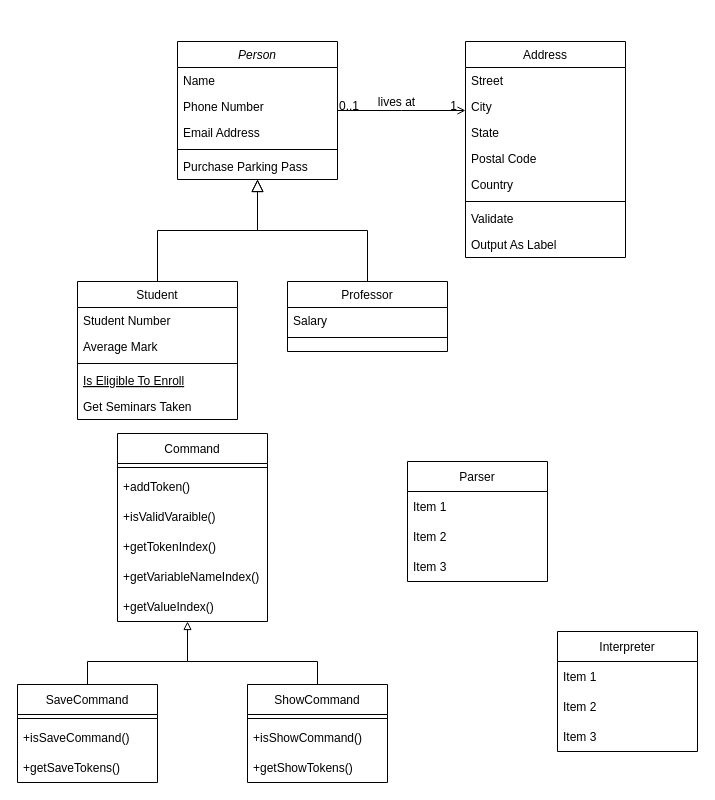
heshanWick/internship-4.0 keeps this draw.io diagram as ex02-simpleScript/simple-script-class-diagram.drawio. Above is the earlier version. Source tidied: cells renumbered, new cells numbered last; positions are measured from the earlier drawing's top-left corner, leaving out a move shared by most shapes. Both pictures are drawn from the tidied source at 100%, with x=0, y=0 at pixel (17, 41).
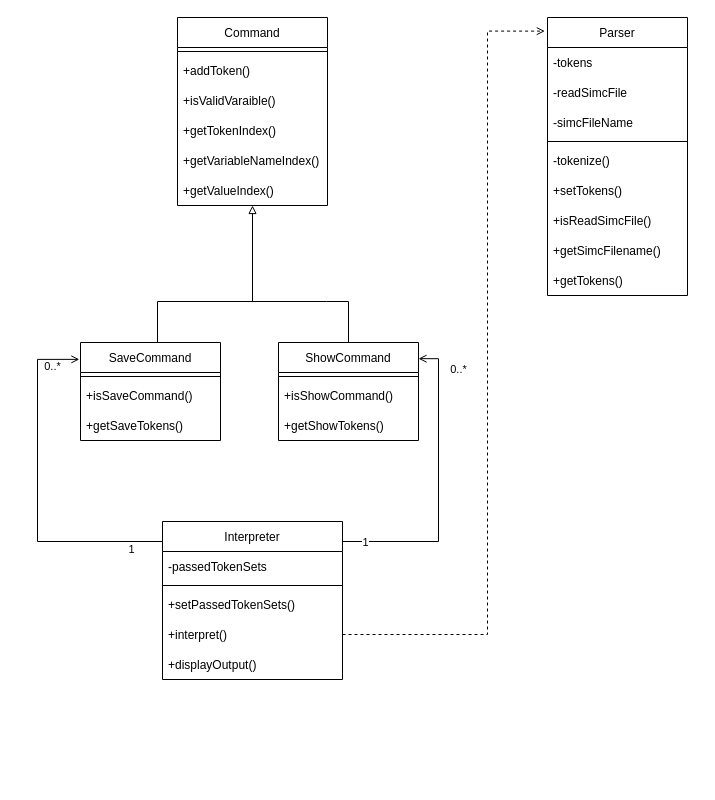
The same page after the edit.

The change refers to these unchanged cells:
```xml
<mxCell id="38" value="+getValueIndex()" style="text;strokeColor=none;fillColor=none;align=left;verticalAlign=middle;spacingLeft=4;spacingRight=4;overflow=hidden;points=[[0,0.5],[1,0.5]];portConstraint=eastwest;" parent="32" vertex="1">
  <mxGeometry y="158" width="150" height="30" as="geometry" />
</mxCell>
```

Diff of the diagram source:
```diff
@@
-    <mxCell id="2" value="Person" style="swimlane;fontStyle=2;align=center;verticalAlign=top;horizontal=1;startSize=26;rounded=0;shadow=0;strokeWidth=1;" parent="1" vertex="1">
-      <mxGeometry x="160" width="160" height="138" as="geometry" />
-    </mxCell>
-    <mxCell id="3" value="Name" style="text;align=left;verticalAlign=top;spacingLeft=4;spacingRight=4;overflow=hidden;" parent="2" vertex="1">
-      <mxGeometry y="26" width="160" height="26" as="geometry" />
-    </mxCell>
-    <mxCell id="4" value="Phone Number" style="text;align=left;verticalAlign=top;spacingLeft=4;spacingRight=4;overflow=hidden;rounded=0;shadow=0;html=0;" parent="2" vertex="1">
-      <mxGeometry y="52" width="160" height="26" as="geometry" />
-    </mxCell>
-    <mxCell id="5" value="Email Address" style="text;align=left;verticalAlign=top;spacingLeft=4;spacingRight=4;overflow=hidden;rounded=0;shadow=0;html=0;" parent="2" vertex="1">
-      <mxGeometry y="78" width="160" height="26" as="geometry" />
-    </mxCell>
-    <mxCell id="6" style="line;html=1;strokeWidth=1;align=left;verticalAlign=middle;spacingTop=-1;spacingLeft=3;spacingRight=3;labelPosition=right;" parent="2" vertex="1">
-      <mxGeometry y="104" width="160" height="8" as="geometry" />
-    </mxCell>
-    <mxCell id="7" value="Purchase Parking Pass" style="text;align=left;verticalAlign=top;spacingLeft=4;spacingRight=4;overflow=hidden;" parent="2" vertex="1">
-      <mxGeometry y="112" width="160" height="26" as="geometry" />
-    </mxCell>
-    <mxCell id="8" value="Student" style="swimlane;fontStyle=0;align=center;verticalAlign=top;horizontal=1;startSize=26;rounded=0;shadow=0;strokeWidth=1;" parent="1" vertex="1">
-      <mxGeometry x="60" y="240" width="160" height="138" as="geometry" />
-    </mxCell>
-    <mxCell id="9" value="Student Number" style="text;align=left;verticalAlign=top;spacingLeft=4;spacingRight=4;overflow=hidden;" parent="8" vertex="1">
-      <mxGeometry y="26" width="160" height="26" as="geometry" />
-    </mxCell>
-    <mxCell id="10" value="Average Mark" style="text;align=left;verticalAlign=top;spacingLeft=4;spacingRight=4;overflow=hidden;rounded=0;shadow=0;html=0;" parent="8" vertex="1">
-      <mxGeometry y="52" width="160" height="26" as="geometry" />
-    </mxCell>
-    <mxCell id="11" style="line;html=1;strokeWidth=1;align=left;verticalAlign=middle;spacingTop=-1;spacingLeft=3;spacingRight=3;labelPosition=right;" parent="8" vertex="1">
-      <mxGeometry y="78" width="160" height="8" as="geometry" />
-    </mxCell>
-    <mxCell id="12" value="Is Eligible To Enroll" style="text;align=left;verticalAlign=top;spacingLeft=4;spacingRight=4;overflow=hidden;fontStyle=4;" parent="8" vertex="1">
-      <mxGeometry y="86" width="160" height="26" as="geometry" />
-    </mxCell>
-    <mxCell id="13" value="Get Seminars Taken" style="text;align=left;verticalAlign=top;spacingLeft=4;spacingRight=4;overflow=hidden;" parent="8" vertex="1">
-      <mxGeometry y="112" width="160" height="26" as="geometry" />
-    </mxCell>
-    <mxCell id="14" style="endArrow=block;endSize=10;endFill=0;shadow=0;strokeWidth=1;rounded=0;edgeStyle=elbowEdgeStyle;elbow=vertical;" parent="1" edge="1" source="8" target="2">
-      <mxGeometry relative="1" as="geometry" />
-    </mxCell>
-    <mxCell id="15" value="Professor" style="swimlane;fontStyle=0;align=center;verticalAlign=top;horizontal=1;startSize=26;rounded=0;shadow=0;strokeWidth=1;" parent="1" vertex="1">
-      <mxGeometry x="270" y="240" width="160" height="70" as="geometry" />
-    </mxCell>
-    <mxCell id="16" value="Salary" style="text;align=left;verticalAlign=top;spacingLeft=4;spacingRight=4;overflow=hidden;" parent="15" vertex="1">
-      <mxGeometry y="26" width="160" height="26" as="geometry" />
-    </mxCell>
-    <mxCell id="17" style="line;html=1;strokeWidth=1;align=left;verticalAlign=middle;spacingTop=-1;spacingLeft=3;spacingRight=3;labelPosition=right;" parent="15" vertex="1">
-      <mxGeometry y="52" width="160" height="8" as="geometry" />
-    </mxCell>
-    <mxCell id="18" style="endArrow=block;endSize=10;endFill=0;shadow=0;strokeWidth=1;rounded=0;edgeStyle=elbowEdgeStyle;elbow=vertical;" parent="1" edge="1" source="15" target="2">
-      <mxGeometry relative="1" as="geometry" />
-    </mxCell>
-    <mxCell id="19" value="Address" style="swimlane;fontStyle=0;align=center;verticalAlign=top;horizontal=1;startSize=26;rounded=0;shadow=0;strokeWidth=1;" parent="1" vertex="1">
-      <mxGeometry x="448" width="160" height="216" as="geometry" />
-    </mxCell>
-    <mxCell id="20" value="Street" style="text;align=left;verticalAlign=top;spacingLeft=4;spacingRight=4;overflow=hidden;" parent="19" vertex="1">
-      <mxGeometry y="26" width="160" height="26" as="geometry" />
-    </mxCell>
-    <mxCell id="21" value="City" style="text;align=left;verticalAlign=top;spacingLeft=4;spacingRight=4;overflow=hidden;rounded=0;shadow=0;html=0;" parent="19" vertex="1">
-      <mxGeometry y="52" width="160" height="26" as="geometry" />
-    </mxCell>
-    <mxCell id="22" value="State" style="text;align=left;verticalAlign=top;spacingLeft=4;spacingRight=4;overflow=hidden;rounded=0;shadow=0;html=0;" parent="19" vertex="1">
-      <mxGeometry y="78" width="160" height="26" as="geometry" />
-    </mxCell>
-    <mxCell id="23" value="Postal Code" style="text;align=left;verticalAlign=top;spacingLeft=4;spacingRight=4;overflow=hidden;rounded=0;shadow=0;html=0;" parent="19" vertex="1">
-      <mxGeometry y="104" width="160" height="26" as="geometry" />
-    </mxCell>
-    <mxCell id="24" value="Country" style="text;align=left;verticalAlign=top;spacingLeft=4;spacingRight=4;overflow=hidden;rounded=0;shadow=0;html=0;" parent="19" vertex="1">
-      <mxGeometry y="130" width="160" height="26" as="geometry" />
-    </mxCell>
-    <mxCell id="25" style="line;html=1;strokeWidth=1;align=left;verticalAlign=middle;spacingTop=-1;spacingLeft=3;spacingRight=3;labelPosition=right;" parent="19" vertex="1">
-      <mxGeometry y="156" width="160" height="8" as="geometry" />
-    </mxCell>
-    <mxCell id="26" value="Validate" style="text;align=left;verticalAlign=top;spacingLeft=4;spacingRight=4;overflow=hidden;" parent="19" vertex="1">
-      <mxGeometry y="164" width="160" height="26" as="geometry" />
-    </mxCell>
-    <mxCell id="27" value="Output As Label" style="text;align=left;verticalAlign=top;spacingLeft=4;spacingRight=4;overflow=hidden;" parent="19" vertex="1">
-      <mxGeometry y="190" width="160" height="26" as="geometry" />
-    </mxCell>
-    <mxCell id="28" style="endArrow=open;shadow=0;strokeWidth=1;rounded=0;endFill=1;edgeStyle=elbowEdgeStyle;elbow=vertical;" parent="1" edge="1" source="2" target="19">
-      <mxGeometry x="0.5" y="41" relative="1" as="geometry">
-        <mxPoint x="-40" y="32" as="offset" />
-      </mxGeometry>
-    </mxCell>
-    <mxCell id="29" value="0..1" style="align=left;verticalAlign=bottom;labelBackgroundColor=none;fontSize=12;" parent="28" vertex="1">
-      <mxGeometry x="-1" relative="1" as="geometry">
-        <mxPoint y="4" as="offset" />
-      </mxGeometry>
-    </mxCell>
-    <mxCell id="30" value="1" style="align=right;verticalAlign=bottom;labelBackgroundColor=none;fontSize=12;" parent="28" vertex="1">
-      <mxGeometry x="1" relative="1" as="geometry">
-        <mxPoint x="-7" y="4" as="offset" />
-      </mxGeometry>
-    </mxCell>
-    <mxCell id="31" value="lives at" style="text;html=1;align=center;verticalAlign=middle;labelBackgroundColor=none;rounded=0;shadow=0;strokeWidth=1;fontSize=12;" parent="28" vertex="1">
-      <mxGeometry x="0.5" y="49" relative="1" as="geometry">
-        <mxPoint x="-38" y="40" as="offset" />
-      </mxGeometry>
-    </mxCell>
     <mxCell id="32" value="Command" style="swimlane;fontStyle=0;horizontal=1;startSize=30;" parent="1" vertex="1">
-      <mxGeometry x="100" y="392" width="150" height="188" as="geometry" />
+      <mxGeometry x="160" y="-24" width="150" height="188" as="geometry" />
     </mxCell>
@@
-    <mxCell id="39" style="edgeStyle=orthogonalEdgeStyle;rounded=0;jettySize=auto;html=1;endArrow=block;endFill=0;" parent="1" edge="1" source="40">
+    <mxCell id="39" style="edgeStyle=orthogonalEdgeStyle;rounded=0;jettySize=auto;html=1;endArrow=block;endFill=0;" parent="1" edge="1" source="40" target="38">
       <mxGeometry relative="1" as="geometry">
-        <mxPoint x="170" y="580" as="targetPoint" />
         <Array as="points">
-          <mxPoint x="70" y="620" />
-          <mxPoint x="170" y="620" />
+          <mxPoint x="140" y="260" />
+          <mxPoint x="235" y="260" />
         </Array>
       </mxGeometry>
     </mxCell>
     <mxCell id="40" value="SaveCommand" style="swimlane;fontStyle=0;horizontal=1;startSize=30;" parent="1" vertex="1">
-      <mxGeometry y="643" width="140" height="98" as="geometry" />
+      <mxGeometry x="63" y="301" width="140" height="98" as="geometry" />
     </mxCell>
@@
     <mxCell id="44" style="edgeStyle=orthogonalEdgeStyle;rounded=0;jettySize=auto;html=1;exitX=0.5;exitY=0;exitDx=0;exitDy=0;endArrow=none;endFill=0;" parent="1" edge="1" source="45">
       <mxGeometry relative="1" as="geometry">
-        <mxPoint x="170" y="620" as="targetPoint" />
+        <mxPoint x="230" y="260" as="targetPoint" />
         <Array as="points">
-          <mxPoint x="300" y="620" />
-          <mxPoint x="170" y="620" />
+          <mxPoint x="309" y="260" />
+          <mxPoint x="179" y="260" />
         </Array>
       </mxGeometry>
     </mxCell>
     <mxCell id="45" value="ShowCommand" style="swimlane;fontStyle=0;horizontal=1;startSize=30;" parent="1" vertex="1">
-      <mxGeometry x="230" y="643" width="140" height="98" as="geometry" />
+      <mxGeometry x="261" y="301" width="140" height="98" as="geometry" />
     </mxCell>
@@
     <mxCell id="49" value="Parser" style="swimlane;fontStyle=0;horizontal=1;startSize=30;" parent="1" vertex="1">
-      <mxGeometry x="390" y="420" width="140" height="120" as="geometry" />
+      <mxGeometry x="530" y="-24" width="140" height="278" as="geometry" />
     </mxCell>
-    <mxCell id="50" value="Item 1" style="text;strokeColor=none;fillColor=none;align=left;verticalAlign=middle;spacingLeft=4;spacingRight=4;overflow=hidden;" parent="49" vertex="1">
+    <mxCell id="50" value="-tokens" style="text;strokeColor=none;fillColor=none;align=left;verticalAlign=middle;spacingLeft=4;spacingRight=4;overflow=hidden;" parent="49" vertex="1">
       <mxGeometry y="30" width="140" height="30" as="geometry" />
     </mxCell>
-    <mxCell id="51" value="Item 2" style="text;strokeColor=none;fillColor=none;align=left;verticalAlign=middle;spacingLeft=4;spacingRight=4;overflow=hidden;" parent="49" vertex="1">
+    <mxCell id="51" value="-readSimcFile" style="text;strokeColor=none;fillColor=none;align=left;verticalAlign=middle;spacingLeft=4;spacingRight=4;overflow=hidden;" parent="49" vertex="1">
       <mxGeometry y="60" width="140" height="30" as="geometry" />
     </mxCell>
-    <mxCell id="52" value="Item 3" style="text;strokeColor=none;fillColor=none;align=left;verticalAlign=middle;spacingLeft=4;spacingRight=4;overflow=hidden;" parent="49" vertex="1">
+    <mxCell id="52" value="-simcFileName" style="text;strokeColor=none;fillColor=none;align=left;verticalAlign=middle;spacingLeft=4;spacingRight=4;overflow=hidden;" parent="49" vertex="1">
       <mxGeometry y="90" width="140" height="30" as="geometry" />
     </mxCell>
+    <mxCell id="17" style="line;html=1;strokeWidth=1;align=left;verticalAlign=middle;spacingTop=-1;spacingLeft=3;spacingRight=3;labelPosition=right;" parent="49" vertex="1">
+      <mxGeometry y="120" width="140" height="8" as="geometry" />
+    </mxCell>
+    <mxCell id="57" value="-tokenize()" style="text;strokeColor=none;fillColor=none;align=left;verticalAlign=middle;spacingLeft=4;spacingRight=4;overflow=hidden;" parent="49" vertex="1">
+      <mxGeometry y="128" width="140" height="30" as="geometry" />
+    </mxCell>
+    <mxCell id="58" value="+setTokens()" style="text;strokeColor=none;fillColor=none;align=left;verticalAlign=middle;spacingLeft=4;spacingRight=4;overflow=hidden;" parent="49" vertex="1">
+      <mxGeometry y="158" width="140" height="30" as="geometry" />
+    </mxCell>
+    <mxCell id="59" value="+isReadSimcFile()" style="text;strokeColor=none;fillColor=none;align=left;verticalAlign=middle;spacingLeft=4;spacingRight=4;overflow=hidden;" parent="49" vertex="1">
+      <mxGeometry y="188" width="140" height="30" as="geometry" />
+    </mxCell>
+    <mxCell id="60" value="+getSimcFilename()" style="text;strokeColor=none;fillColor=none;align=left;verticalAlign=middle;spacingLeft=4;spacingRight=4;overflow=hidden;" parent="49" vertex="1">
+      <mxGeometry y="218" width="140" height="30" as="geometry" />
+    </mxCell>
+    <mxCell id="61" value="+getTokens()" style="text;strokeColor=none;fillColor=none;align=left;verticalAlign=middle;spacingLeft=4;spacingRight=4;overflow=hidden;" parent="49" vertex="1">
+      <mxGeometry y="248" width="140" height="30" as="geometry" />
+    </mxCell>
     <mxCell id="53" value="Interpreter" style="swimlane;fontStyle=0;horizontal=1;startSize=30;" parent="1" vertex="1">
-      <mxGeometry x="540" y="590" width="140" height="120" as="geometry" />
+      <mxGeometry x="145" y="480" width="180" height="158" as="geometry" />
     </mxCell>
-    <mxCell id="54" value="Item 1" style="text;strokeColor=none;fillColor=none;align=left;verticalAlign=middle;spacingLeft=4;spacingRight=4;overflow=hidden;" parent="53" vertex="1">
-      <mxGeometry y="30" width="140" height="30" as="geometry" />
+    <mxCell id="54" value="-passedTokenSets" style="text;strokeColor=none;fillColor=none;align=left;verticalAlign=middle;spacingLeft=4;spacingRight=4;overflow=hidden;" parent="53" vertex="1">
+      <mxGeometry y="30" width="180" height="30" as="geometry" />
     </mxCell>
+    <mxCell id="62" style="line;html=1;strokeWidth=1;align=left;verticalAlign=middle;spacingTop=-1;spacingLeft=3;spacingRight=3;labelPosition=right;" parent="53" vertex="1">
+      <mxGeometry y="60" width="180" height="8" as="geometry" />
+    </mxCell>
-    <mxCell id="55" value="Item 2" style="text;strokeColor=none;fillColor=none;align=left;verticalAlign=middle;spacingLeft=4;spacingRight=4;overflow=hidden;" parent="53" vertex="1">
-      <mxGeometry y="60" width="140" height="30" as="geometry" />
+    <mxCell id="55" value="+setPassedTokenSets()" style="text;strokeColor=none;fillColor=none;align=left;verticalAlign=middle;spacingLeft=4;spacingRight=4;overflow=hidden;" parent="53" vertex="1">
+      <mxGeometry y="68" width="180" height="30" as="geometry" />
     </mxCell>
-    <mxCell id="56" value="Item 3" style="text;strokeColor=none;fillColor=none;align=left;verticalAlign=middle;spacingLeft=4;spacingRight=4;overflow=hidden;points=[[0,0.5],[1,0.5]];portConstraint=eastwest;" parent="53" vertex="1">
-      <mxGeometry y="90" width="140" height="30" as="geometry" />
+    <mxCell id="56" value="+interpret()" style="text;strokeColor=none;fillColor=none;align=left;verticalAlign=middle;spacingLeft=4;spacingRight=4;overflow=hidden;points=[[0,0.5],[1,0.5]];portConstraint=eastwest;" parent="53" vertex="1">
+      <mxGeometry y="98" width="180" height="30" as="geometry" />
     </mxCell>
+    <mxCell id="63" value="+displayOutput()" style="text;strokeColor=none;fillColor=none;align=left;verticalAlign=middle;spacingLeft=4;spacingRight=4;overflow=hidden;" parent="53" vertex="1">
+      <mxGeometry y="128" width="180" height="30" as="geometry" />
+    </mxCell>
+    <mxCell id="64" style="edgeStyle=orthogonalEdgeStyle;rounded=0;jettySize=auto;html=1;entryX=-0.008;entryY=0.172;entryDx=0;entryDy=0;entryPerimeter=0;endArrow=open;endFill=0;" parent="1" edge="1" source="53" target="40">
+      <mxGeometry relative="1" as="geometry">
+        <Array as="points">
+          <mxPoint x="20" y="500" />
+          <mxPoint x="20" y="318" />
+        </Array>
+      </mxGeometry>
+    </mxCell>
+    <mxCell id="65" value="0..*" style="edgeLabel;html=1;align=center;verticalAlign=middle;" parent="64" vertex="1">
+      <mxGeometry x="0.64" relative="1" as="geometry">
+        <mxPoint x="14" y="-15" as="offset" />
+      </mxGeometry>
+    </mxCell>
+    <mxCell id="66" value="1" style="edgeLabel;html=1;align=center;verticalAlign=middle;" parent="64" vertex="1">
+      <mxGeometry x="-0.79" relative="1" as="geometry">
+        <mxPoint x="5" y="7" as="offset" />
+      </mxGeometry>
+    </mxCell>
+    <mxCell id="67" style="edgeStyle=orthogonalEdgeStyle;rounded=0;jettySize=auto;html=1;entryX=1;entryY=0.165;entryDx=0;entryDy=0;entryPerimeter=0;endArrow=open;endFill=0;" parent="1" edge="1" target="45">
+      <mxGeometry relative="1" as="geometry">
+        <mxPoint x="325" y="500" as="sourcePoint" />
+        <Array as="points">
+          <mxPoint x="325" y="500" />
+          <mxPoint x="421" y="500" />
+          <mxPoint x="421" y="317" />
+        </Array>
+      </mxGeometry>
+    </mxCell>
+    <mxCell id="68" value="1" style="edgeLabel;html=1;align=center;verticalAlign=middle;" parent="67" vertex="1">
+      <mxGeometry x="-0.85" relative="1" as="geometry" />
+    </mxCell>
+    <mxCell id="69" value="0..*" style="edgeLabel;html=1;align=center;verticalAlign=middle;" parent="67" vertex="1">
+      <mxGeometry x="0.8" y="1" relative="1" as="geometry">
+        <mxPoint x="20" as="offset" />
+      </mxGeometry>
+    </mxCell>
+    <mxCell id="70" style="edgeStyle=orthogonalEdgeStyle;rounded=0;jettySize=auto;html=1;entryX=-0.019;entryY=0.049;entryDx=0;entryDy=0;dashed=1;endArrow=open;endFill=0;entryPerimeter=0;" parent="1" edge="1" source="56" target="49">
+      <mxGeometry relative="1" as="geometry">
+        <Array as="points">
+          <mxPoint x="470" y="593" />
+          <mxPoint x="470" y="-10" />
+          <mxPoint x="527" y="-10" />
+        </Array>
+      </mxGeometry>
+    </mxCell>
```
